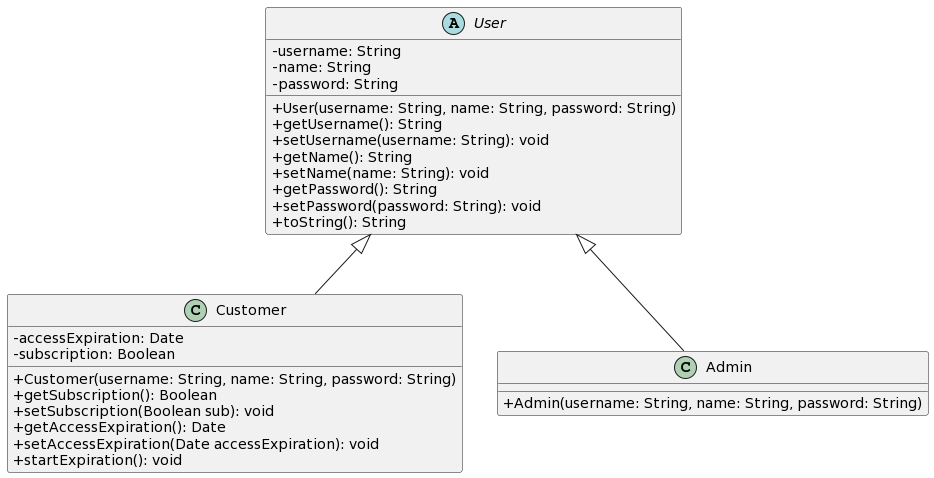
Earlier version of the PlantUML export diagrams/UserCustomerAdmin.png (James-LG/SYSC4806-Term-Project).
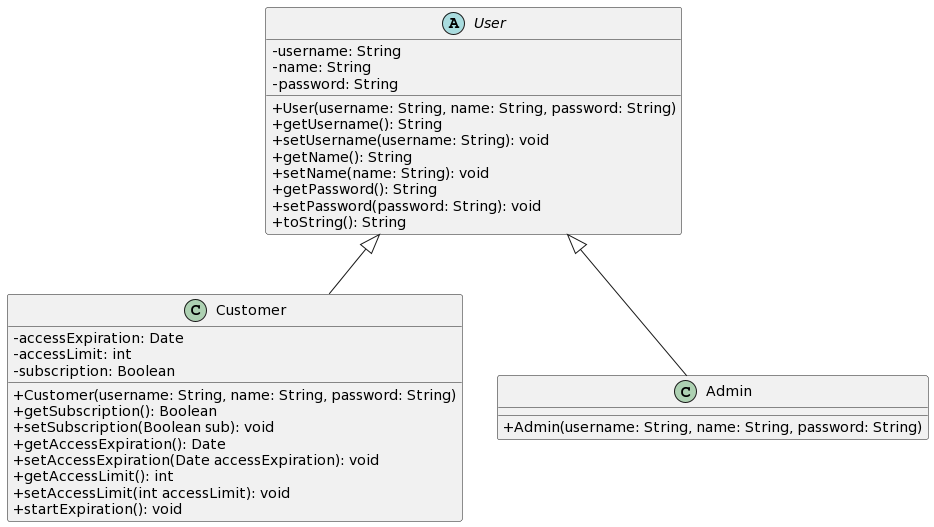
Later version of the same file.

Commit message:
feat: Admin can change access limits

The edit, as a diff of the source:
```diff
@@ -16,12 +16,15 @@
 
 class Customer{
 -accessExpiration: Date
+-accessLimit: int
 -subscription: Boolean
 +Customer(username: String, name: String, password: String)
 +getSubscription(): Boolean
 +setSubscription(Boolean sub): void
 +getAccessExpiration(): Date
 +setAccessExpiration(Date accessExpiration): void
++getAccessLimit(): int
++setAccessLimit(int accessLimit): void
 +startExpiration(): void
 }
 
```
